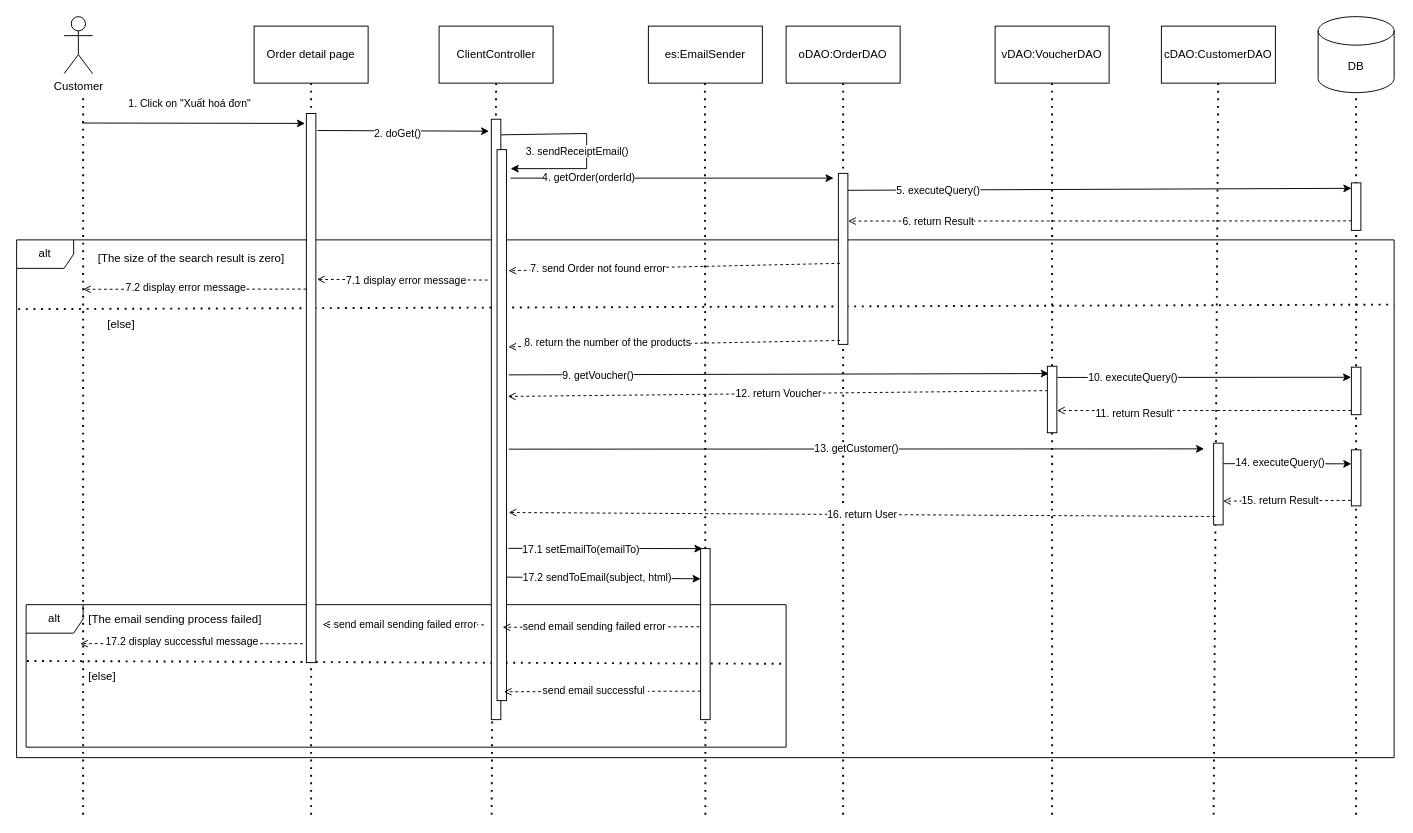
This is document/SDS/10.Export_Request/Sequence_Diagram/Export_Receipt_Sequence_Diagram.drawio from QuocZuong/perfume-store, a draw.io file, before an edit. Source tidied: cells renumbered, new cells numbered last; positions are measured from the earlier drawing's top-left corner, leaving out a move shared by most shapes. Both pictures are drawn from the tidied source at 95%, with x=0, y=0 at pixel (16, 16).
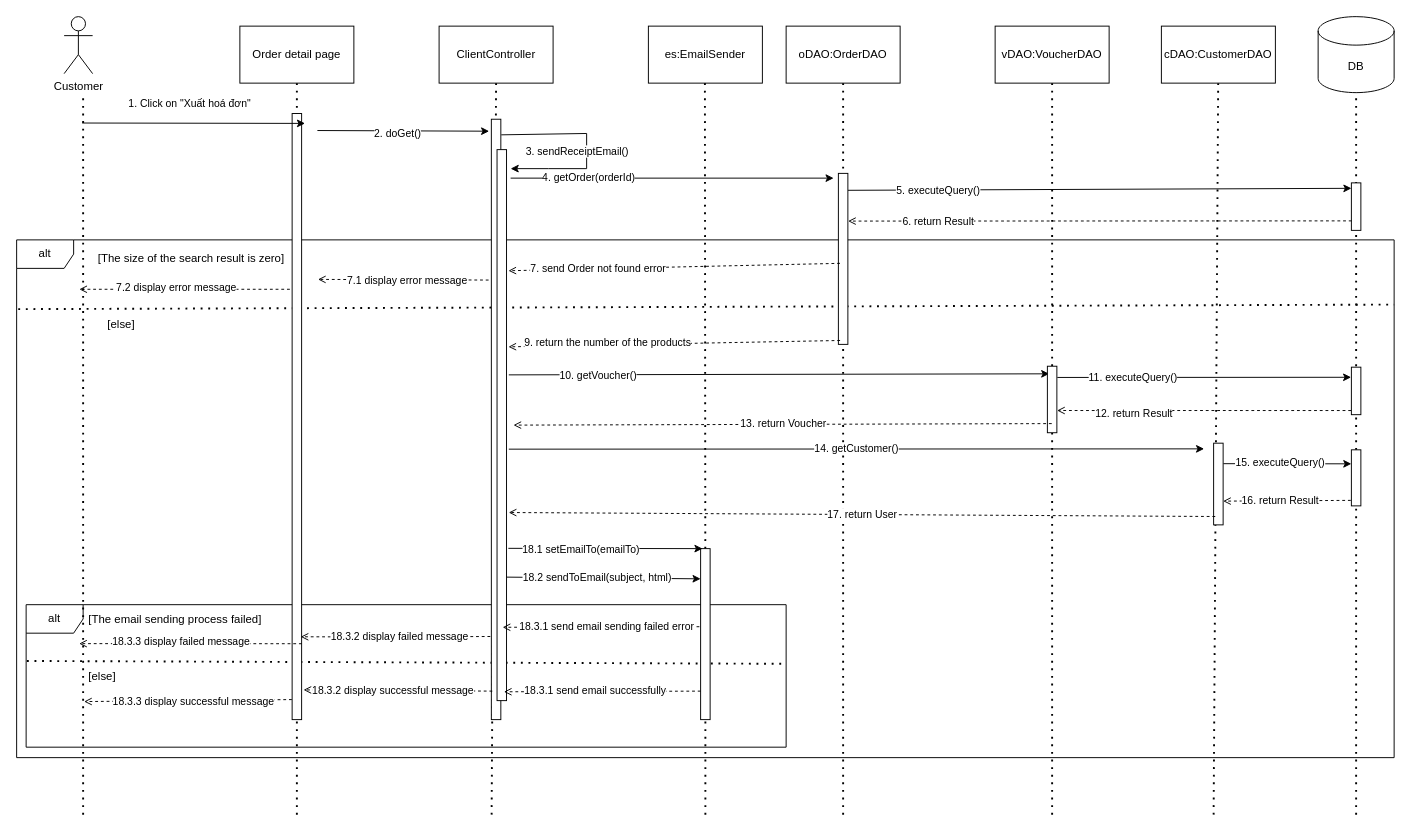
The same diagram, later.

Unchanged cells that the change refers to:
```xml
<mxCell id="33" style="endArrow=open;html=1;rounded=0;dashed=1;endFill=0;exitX=-0.018;exitY=0.977;exitDx=0;exitDy=0;exitPerimeter=0;entryX=0.995;entryY=0.407;entryDx=0;entryDy=0;entryPerimeter=0;" parent="1" edge="1">
  <mxGeometry x="0.07" y="-2" relative="1" as="geometry">
    <mxPoint x="866.8" y="340.9" as="sourcePoint" />
    <mxPoint x="517.7" y="347.6" as="targetPoint" />
  </mxGeometry>
</mxCell>
<mxCell id="38" style="rounded=0;whiteSpace=wrap;html=1;" parent="1" vertex="1">
  <mxGeometry x="1085" y="368" width="10" height="70" as="geometry" />
</mxCell>
<mxCell id="41" style="rounded=0;whiteSpace=wrap;html=1;" parent="1" vertex="1">
  <mxGeometry x="1405" y="369" width="10" height="50" as="geometry" />
</mxCell>
<mxCell id="46" style="endArrow=classic;html=1;rounded=0;exitX=1.027;exitY=0.251;exitDx=0;exitDy=0;exitPerimeter=0;entryX=0;entryY=0.25;entryDx=0;entryDy=0;" parent="1" edge="1" source="44" target="45">
  <mxGeometry x="-0.72" relative="1" as="geometry" />
</mxCell>
<mxCell id="48" style="endArrow=open;html=1;rounded=0;dashed=1;endFill=0;exitX=-0.061;exitY=0.902;exitDx=0;exitDy=0;exitPerimeter=0;" parent="1" edge="1" source="45">
  <mxGeometry x="0.72" y="2" relative="1" as="geometry">
    <mxPoint x="1270" y="510" as="targetPoint" />
  </mxGeometry>
</mxCell>
<mxCell id="59" style="endArrow=classic;html=1;entryX=0;entryY=0;entryDx=0;entryDy=0;exitX=0.99;exitY=0.823;exitDx=0;exitDy=0;exitPerimeter=0;" parent="1" edge="1">
  <mxGeometry relative="1" as="geometry">
    <mxPoint x="517.6" y="559.7" as="sourcePoint" />
    <mxPoint x="722" y="560" as="targetPoint" />
  </mxGeometry>
</mxCell>
<mxCell id="61" style="endArrow=classic;html=1;exitX=0.996;exitY=0.907;exitDx=0;exitDy=0;exitPerimeter=0;entryX=0;entryY=0;entryDx=0;entryDy=0;" parent="1" edge="1">
  <mxGeometry relative="1" as="geometry">
    <mxPoint x="515.7" y="590" as="sourcePoint" />
    <mxPoint x="720" y="591.8" as="targetPoint" />
  </mxGeometry>
</mxCell>
<mxCell id="63" style="endArrow=open;html=1;dashed=1;endFill=0;entryX=1.484;entryY=0.935;entryDx=0;entryDy=0;entryPerimeter=0;exitX=0.167;exitY=0.632;exitDx=0;exitDy=0;exitPerimeter=0;" parent="1" edge="1">
  <mxGeometry relative="1" as="geometry">
    <mxPoint x="718.7" y="642.2" as="sourcePoint" />
    <mxPoint x="511.6" y="642.8" as="targetPoint" />
  </mxGeometry>
</mxCell>
<mxCell id="69" style="endArrow=open;html=1;dashed=1;endFill=0;entryX=1.484;entryY=0.935;entryDx=0;entryDy=0;entryPerimeter=0;exitX=0.167;exitY=0.632;exitDx=0;exitDy=0;exitPerimeter=0;" parent="1" edge="1">
  <mxGeometry relative="1" as="geometry">
    <mxPoint x="720" y="710" as="sourcePoint" />
    <mxPoint x="512.9" y="710.7" as="targetPoint" />
  </mxGeometry>
</mxCell>
```

The edit, as a diff of the source:
```diff
@@
     <mxCell id="9" value="Order detail page" style="rounded=0;whiteSpace=wrap;html=1;" parent="1" vertex="1">
-      <mxGeometry x="250" y="10" width="120" height="60" as="geometry" />
+      <mxGeometry x="235" y="10" width="120" height="60" as="geometry" />
     </mxCell>
@@
-    <mxCell id="12" style="endArrow=none;dashed=1;html=1;dashPattern=1 3;strokeWidth=2;rounded=0;entryX=0.5;entryY=1;entryDx=0;entryDy=0;" parent="1" edge="1" target="9">
+    <mxCell id="12" style="endArrow=none;dashed=1;html=1;dashPattern=1 3;strokeWidth=2;rounded=0;entryX=0.5;entryY=1;entryDx=0;entryDy=0;" parent="1" edge="1">
       <mxGeometry relative="1" as="geometry">
-        <mxPoint x="310" y="840" as="sourcePoint" />
+        <mxPoint x="295" y="840" as="sourcePoint" />
+        <mxPoint x="295" y="70" as="targetPoint" />
       </mxGeometry>
     </mxCell>
@@
     <mxCell id="15" style="rounded=0;whiteSpace=wrap;html=1;" parent="1" vertex="1">
-      <mxGeometry x="305" y="102" width="10" height="578" as="geometry" />
+      <mxGeometry x="290" y="102" width="10" height="638" as="geometry" />
     </mxCell>
@@
     <mxCell id="30" style="endArrow=open;html=1;rounded=0;exitX=-0.189;exitY=0.296;exitDx=0;exitDy=0;dashed=1;endFill=0;exitPerimeter=0;entryX=1.317;entryY=0.302;entryDx=0;entryDy=0;entryPerimeter=0;" parent="1" edge="1">
       <mxGeometry x="0.08" y="-2" relative="1" as="geometry">
-        <mxPoint x="495.8" y="277.3" as="sourcePoint" />
-        <mxPoint x="316.2" y="276.6" as="targetPoint" />
+        <mxPoint x="496.8" y="277.3" as="sourcePoint" />
+        <mxPoint x="317.2" y="276.6" as="targetPoint" />
       </mxGeometry>
     </mxCell>
@@
-    <mxCell id="32" value="7.2 display error message" style="endArrow=open;html=1;rounded=0;dashed=1;endFill=0;exitX=0.001;exitY=0.292;exitDx=0;exitDy=0;exitPerimeter=0;" parent="1" edge="1">
+    <mxCell id="32" value="7.2 display error message" style="endArrow=open;html=1;rounded=0;dashed=1;endFill=0;exitX=-0.044;exitY=0.29;exitDx=0;exitDy=0;exitPerimeter=0;" parent="1" edge="1">
       <mxGeometry x="0.08" y="-2" relative="1" as="geometry">
-        <mxPoint x="305" y="286.8" as="sourcePoint" />
-        <mxPoint x="70" y="287" as="targetPoint" />
+        <mxPoint x="287.6" y="287" as="sourcePoint" />
+        <mxPoint x="66" y="287" as="targetPoint" />
       </mxGeometry>
     </mxCell>
@@
-    <mxCell id="34" value="8. return the number of the products" style="edgeLabel;html=1;align=center;verticalAlign=middle;" parent="33" vertex="1">
+    <mxCell id="34" value="9. return the number of the products" style="edgeLabel;html=1;align=center;verticalAlign=middle;" parent="33" vertex="1">
       <mxGeometry x="-0.05" y="1" relative="1" as="geometry">
         <mxPoint x="-79" y="-3" as="offset" />
       </mxGeometry>
     </mxCell>
@@
-    <mxCell id="37" value="9. getVoucher()" style="endArrow=classic;html=1;rounded=0;entryX=-0.043;entryY=0.11;entryDx=0;entryDy=0;entryPerimeter=0;exitX=1.034;exitY=0.465;exitDx=0;exitDy=0;exitPerimeter=0;" parent="1" edge="1">
+    <mxCell id="37" value="10. getVoucher()" style="endArrow=classic;html=1;rounded=0;exitX=1.034;exitY=0.465;exitDx=0;exitDy=0;exitPerimeter=0;" parent="1" edge="1">
       <mxGeometry x="-0.67" y="-1" relative="1" as="geometry">
         <mxPoint x="518.1" y="377.1" as="sourcePoint" />
-        <mxPoint x="1086.6" y="375.7" as="targetPoint" />
+        <mxPoint x="1087" y="376" as="targetPoint" />
       </mxGeometry>
     </mxCell>
@@
-    <mxCell id="39" value="12. return Voucher" style="endArrow=open;html=1;rounded=0;dashed=1;endFill=0;exitX=-0.043;exitY=0.881;exitDx=0;exitDy=0;exitPerimeter=0;entryX=1.034;entryY=0.58;entryDx=0;entryDy=0;entryPerimeter=0;" parent="1" edge="1">
+    <mxCell id="39" value="13. return Voucher" style="endArrow=open;html=1;rounded=0;dashed=1;endFill=0;exitX=0.158;exitY=0.863;exitDx=0;exitDy=0;exitPerimeter=0;" parent="1" edge="1">
       <mxGeometry relative="1" as="geometry">
-        <mxPoint x="1085.6" y="393.7" as="sourcePoint" />
-        <mxPoint x="517.1" y="399.8" as="targetPoint" />
+        <mxPoint x="1089.6" y="428.4" as="sourcePoint" />
+        <mxPoint x="523" y="430" as="targetPoint" />
       </mxGeometry>
     </mxCell>
-    <mxCell id="40" value="10. executeQuery()" style="endArrow=classic;html=1;rounded=0;entryX=-0.023;entryY=0.213;entryDx=0;entryDy=0;entryPerimeter=0;exitX=1.047;exitY=0.169;exitDx=0;exitDy=0;exitPerimeter=0;" parent="1" edge="1" source="38" target="41">
+    <mxCell id="40" value="11. executeQuery()" style="endArrow=classic;html=1;rounded=0;entryX=-0.023;entryY=0.213;entryDx=0;entryDy=0;entryPerimeter=0;exitX=1.047;exitY=0.169;exitDx=0;exitDy=0;exitPerimeter=0;" parent="1" edge="1" source="38" target="41">
       <mxGeometry x="-0.48" relative="1" as="geometry" />
     </mxCell>
@@
-    <mxCell id="42" value="11. return Result" style="endArrow=open;html=1;rounded=0;entryX=1.019;entryY=0.666;entryDx=0;entryDy=0;dashed=1;endFill=0;exitX=-0.026;exitY=0.913;exitDx=0;exitDy=0;exitPerimeter=0;entryPerimeter=0;" parent="1" edge="1" source="41" target="38">
+    <mxCell id="42" value="12. return Result" style="endArrow=open;html=1;rounded=0;entryX=1.019;entryY=0.666;entryDx=0;entryDy=0;dashed=1;endFill=0;exitX=-0.026;exitY=0.913;exitDx=0;exitDy=0;exitPerimeter=0;entryPerimeter=0;" parent="1" edge="1" source="41" target="38">
       <mxGeometry x="0.48" y="3" relative="1" as="geometry" />
     </mxCell>
-    <mxCell id="43" value="13. getCustomer()" style="endArrow=classic;html=1;rounded=0;exitX=1.041;exitY=0.726;exitDx=0;exitDy=0;exitPerimeter=0;" parent="1" edge="1">
+    <mxCell id="43" value="14. getCustomer()" style="endArrow=classic;html=1;rounded=0;exitX=1.041;exitY=0.726;exitDx=0;exitDy=0;exitPerimeter=0;" parent="1" edge="1">
       <mxGeometry relative="1" as="geometry">
         <mxPoint x="518.1" y="455.3" as="sourcePoint" />
         <mxPoint x="1250" y="455" as="targetPoint" />
       </mxGeometry>
     </mxCell>
@@
-    <mxCell id="47" value="14. executeQuery()" style="edgeLabel;html=1;align=center;verticalAlign=middle;" parent="46" vertex="1">
+    <mxCell id="47" value="15. executeQuery()" style="edgeLabel;html=1;align=center;verticalAlign=middle;" parent="46" vertex="1">
       <mxGeometry x="-0.13" y="1" relative="1" as="geometry" />
     </mxCell>
@@
-    <mxCell id="49" value="15. return Result" style="edgeLabel;html=1;align=center;verticalAlign=middle;" parent="48" vertex="1">
+    <mxCell id="49" value="16. return Result" style="edgeLabel;html=1;align=center;verticalAlign=middle;" parent="48" vertex="1">
       <mxGeometry x="0.11" relative="1" as="geometry" />
     </mxCell>
-    <mxCell id="50" value="16. return User" style="endArrow=open;html=1;rounded=0;exitX=-0.026;exitY=0.898;exitDx=0;exitDy=0;dashed=1;endFill=0;exitPerimeter=0;" parent="1" edge="1">
+    <mxCell id="50" value="17. return User" style="endArrow=open;html=1;rounded=0;exitX=-0.026;exitY=0.898;exitDx=0;exitDy=0;dashed=1;endFill=0;exitPerimeter=0;" parent="1" edge="1">
       <mxGeometry relative="1" as="geometry">
         <mxPoint x="1261.7" y="526.2" as="sourcePoint" />
         <mxPoint x="518" y="522" as="targetPoint" />
       </mxGeometry>
     </mxCell>
-    <mxCell id="51" value="17.2 display successful message" style="endArrow=open;html=1;rounded=0;dashed=1;endFill=0;exitX=-0.061;exitY=0.911;exitDx=0;exitDy=0;exitPerimeter=0;" parent="1" edge="1">
+    <mxCell id="51" value="18.3.3 display failed message" style="endArrow=open;html=1;rounded=0;dashed=1;endFill=0;exitX=-0.061;exitY=0.911;exitDx=0;exitDy=0;exitPerimeter=0;" parent="1" edge="1">
       <mxGeometry x="0.08" y="-2" relative="1" as="geometry">
-        <mxPoint x="301.2" y="660.1" as="sourcePoint" />
-        <mxPoint x="66.8" y="660" as="targetPoint" />
+        <mxPoint x="300.2" y="660.1" as="sourcePoint" />
+        <mxPoint x="65.8" y="660" as="targetPoint" />
       </mxGeometry>
     </mxCell>
@@
-    <mxCell id="60" value="17.1 setEmailTo(emailTo)" style="edgeLabel;html=1;align=center;verticalAlign=middle;" parent="59" vertex="1">
+    <mxCell id="60" value="18.1 setEmailTo(emailTo)" style="edgeLabel;html=1;align=center;verticalAlign=middle;" parent="59" vertex="1">
       <mxGeometry x="-0.26" y="-1" relative="1" as="geometry" />
     </mxCell>
@@
-    <mxCell id="62" value="17.2 sendToEmail(subject, html)" style="edgeLabel;html=1;align=center;verticalAlign=middle;" parent="61" vertex="1">
+    <mxCell id="62" value="18.2 sendToEmail(subject, html)" style="edgeLabel;html=1;align=center;verticalAlign=middle;" parent="61" vertex="1">
       <mxGeometry x="-0.26" y="-1" relative="1" as="geometry">
         <mxPoint x="19" y="-1" as="offset" />
       </mxGeometry>
     </mxCell>
@@
-    <mxCell id="64" value="send email sending failed error" style="edgeLabel;html=1;align=center;verticalAlign=middle;" parent="63" vertex="1">
+    <mxCell id="64" value="18.3.1 send email sending failed error" style="edgeLabel;html=1;align=center;verticalAlign=middle;" parent="63" vertex="1">
       <mxGeometry x="0.43" y="-1" relative="1" as="geometry">
-        <mxPoint x="37" as="offset" />
+        <mxPoint x="50" as="offset" />
       </mxGeometry>
     </mxCell>
@@
-    <mxCell id="67" style="endArrow=open;html=1;dashed=1;endFill=0;entryX=1.484;entryY=0.935;entryDx=0;entryDy=0;entryPerimeter=0;" parent="1" edge="1">
+    <mxCell id="67" style="endArrow=open;html=1;dashed=1;endFill=0;entryX=1;entryY=0.843;entryDx=0;entryDy=0;entryPerimeter=0;exitX=-0.013;exitY=0.841;exitDx=0;exitDy=0;exitPerimeter=0;" parent="1" edge="1">
       <mxGeometry relative="1" as="geometry">
-        <mxPoint x="492" y="640.3" as="sourcePoint" />
-        <mxPoint x="322" y="640" as="targetPoint" />
+        <mxPoint x="498.6" y="652.5" as="sourcePoint" />
+        <mxPoint x="299" y="652.8" as="targetPoint" />
+        <Array as="points">
+          <mxPoint x="399" y="653" />
+        </Array>
       </mxGeometry>
     </mxCell>
-    <mxCell id="68" value="send email sending failed error" style="edgeLabel;html=1;align=center;verticalAlign=middle;" parent="67" vertex="1">
+    <mxCell id="68" value="18.3.2 display failed message" style="edgeLabel;html=1;align=center;verticalAlign=middle;" parent="67" vertex="1">
       <mxGeometry x="0.43" y="-1" relative="1" as="geometry">
-        <mxPoint x="38" as="offset" />
+        <mxPoint x="47" y="1" as="offset" />
       </mxGeometry>
     </mxCell>
@@
-    <mxCell id="70" value="send email successful&amp;nbsp;" style="edgeLabel;html=1;align=center;verticalAlign=middle;" parent="69" vertex="1">
+    <mxCell id="70" value="18.3.1 send email successfully" style="edgeLabel;html=1;align=center;verticalAlign=middle;" parent="69" vertex="1">
       <mxGeometry x="0.43" y="-1" relative="1" as="geometry">
         <mxPoint x="37" as="offset" />
       </mxGeometry>
     </mxCell>
+    <mxCell id="71" style="endArrow=open;html=1;dashed=1;endFill=0;exitX=0.167;exitY=0.632;exitDx=0;exitDy=0;exitPerimeter=0;entryX=0.897;entryY=0.951;entryDx=0;entryDy=0;entryPerimeter=0;" parent="1" edge="1">
+      <mxGeometry relative="1" as="geometry">
+        <mxPoint x="500.7" y="710" as="sourcePoint" />
+        <mxPoint x="302" y="708.7" as="targetPoint" />
+      </mxGeometry>
+    </mxCell>
+    <mxCell id="72" value="18.3.2 display successful message" style="edgeLabel;html=1;align=center;verticalAlign=middle;" parent="71" vertex="1">
+      <mxGeometry x="0.43" y="-1" relative="1" as="geometry">
+        <mxPoint x="37" as="offset" />
+      </mxGeometry>
+    </mxCell>
+    <mxCell id="73" style="endArrow=open;html=1;dashed=1;endFill=0;exitX=-0.128;exitY=0.967;exitDx=0;exitDy=0;exitPerimeter=0;" parent="1" edge="1">
+      <mxGeometry relative="1" as="geometry">
+        <mxPoint x="289.7" y="718.9" as="sourcePoint" />
+        <mxPoint x="71" y="721" as="targetPoint" />
+      </mxGeometry>
+    </mxCell>
+    <mxCell id="74" value="18.3.3 display successful message" style="edgeLabel;html=1;align=center;verticalAlign=middle;" parent="73" vertex="1">
+      <mxGeometry x="0.43" y="-1" relative="1" as="geometry">
+        <mxPoint x="52" y="1" as="offset" />
+      </mxGeometry>
+    </mxCell>
```
